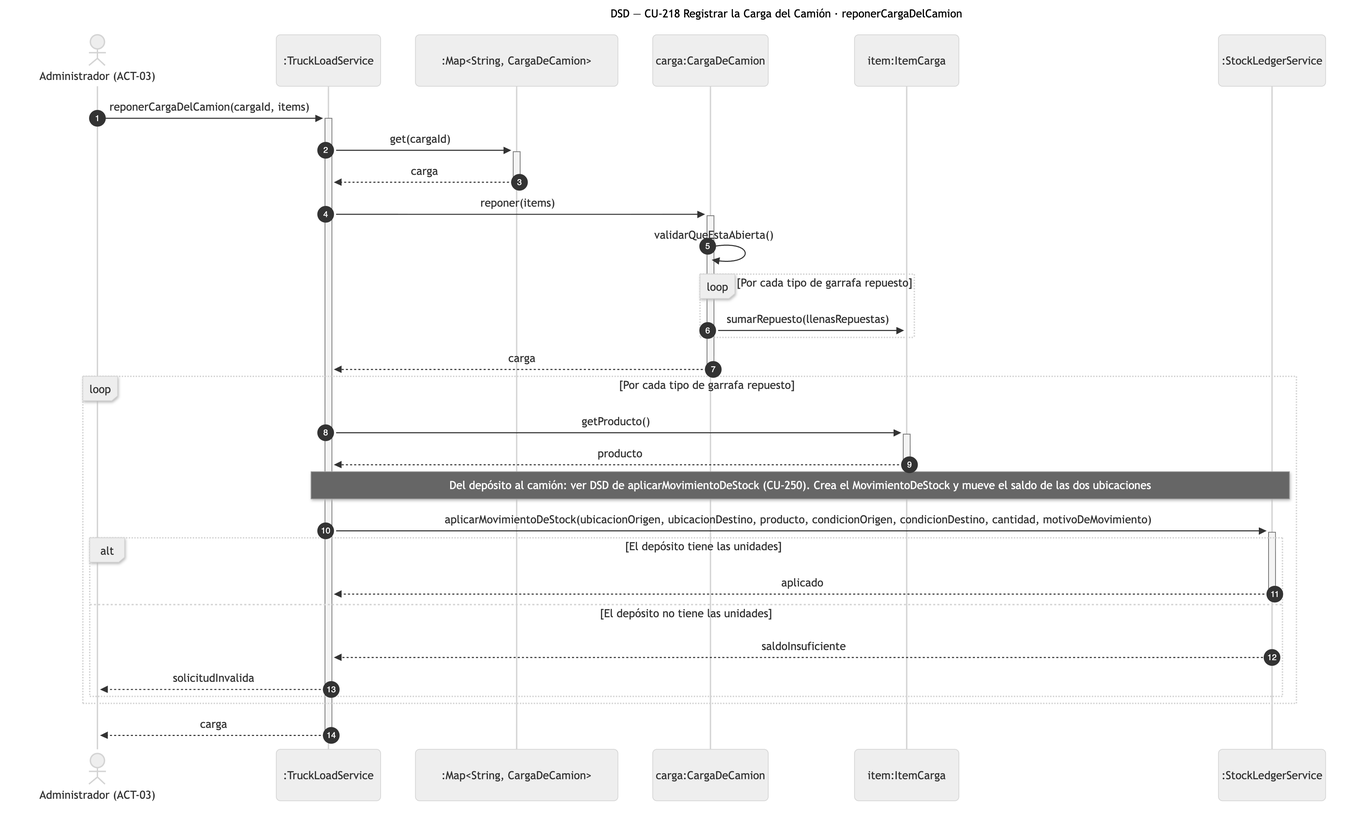
The Mermaid diagram diagramas/png/DSD_CU-218_reponerCargaDelCamion.png in Nahuelito-Dev/splg-docs, before a commit. Its source is kept beside it as diagramas/DSD_CU-218_reponerCargaDelCamion.mmd. Its diagram source:
```mermaid
sequenceDiagram
    title DSD — CU-218 Registrar la Carga del Camión · reponerCargaDelCamion
    autonumber
    actor ADM as Administrador (ACT-03)
    participant SRV as :TruckLoadService
    participant COL as :Map#lt;String, CargaDeCamion#gt;
    participant CAR as carga:CargaDeCamion
    participant ICA as item:ItemCarga
    participant LED as :StockLedgerService

    ADM->>+SRV: reponerCargaDelCamion(cargaId, items)
    SRV->>+COL: get(cargaId)
    COL-->>-SRV: carga
    SRV->>+CAR: reponer(items)
    CAR->>CAR: validarQueEstaAbierta()
    loop Por cada tipo de garrafa repuesto
        CAR->>ICA: sumarRepuesto(llenasRepuestas)
    end
    CAR-->>-SRV: carga
    loop Por cada tipo de garrafa repuesto
        SRV->>+ICA: getProducto()
        ICA-->>-SRV: producto
        Note over SRV,LED: Del depósito al camión: ver DSD de aplicarMovimientoDeStock (CU-250). Crea el MovimientoDeStock y mueve el saldo de las dos ubicaciones
        SRV->>+LED: aplicarMovimientoDeStock(ubicacionOrigen, ubicacionDestino, producto, condicionOrigen, condicionDestino, cantidad, motivoDeMovimiento)
        alt El depósito tiene las unidades
            LED-->>-SRV: aplicado
        else El depósito no tiene las unidades
            LED-->>SRV: saldoInsuficiente
            SRV-->>ADM: solicitudInvalida
        end
    end
    SRV-->>-ADM: carga
```
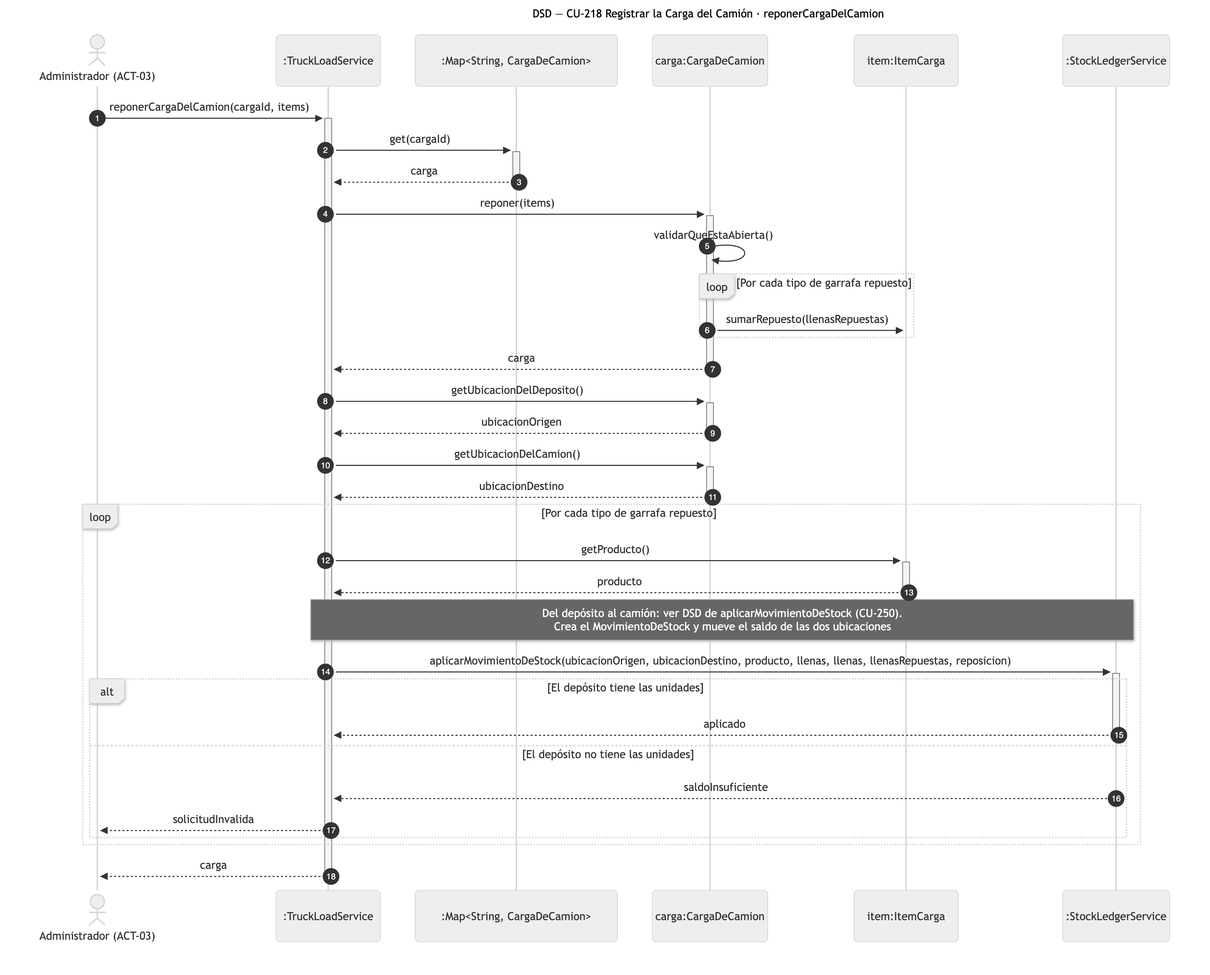
After the change.

Diff of the diagram source:
```diff
@@ -17,11 +17,15 @@
         CAR->>ICA: sumarRepuesto(llenasRepuestas)
     end
     CAR-->>-SRV: carga
+    SRV->>+CAR: getUbicacionDelDeposito()
+    CAR-->>-SRV: ubicacionOrigen
+    SRV->>+CAR: getUbicacionDelCamion()
+    CAR-->>-SRV: ubicacionDestino
     loop Por cada tipo de garrafa repuesto
         SRV->>+ICA: getProducto()
         ICA-->>-SRV: producto
-        Note over SRV,LED: Del depósito al camión: ver DSD de aplicarMovimientoDeStock (CU-250). Crea el MovimientoDeStock y mueve el saldo de las dos ubicaciones
-        SRV->>+LED: aplicarMovimientoDeStock(ubicacionOrigen, ubicacionDestino, producto, condicionOrigen, condicionDestino, cantidad, motivoDeMovimiento)
+        Note over SRV,LED: Del depósito al camión: ver DSD de aplicarMovimientoDeStock (CU-250).<br/>Crea el MovimientoDeStock y mueve el saldo de las dos ubicaciones
+        SRV->>+LED: aplicarMovimientoDeStock(ubicacionOrigen, ubicacionDestino, producto, llenas, llenas, llenasRepuestas, reposicion)
         alt El depósito tiene las unidades
             LED-->>-SRV: aplicado
         else El depósito no tiene las unidades
```
